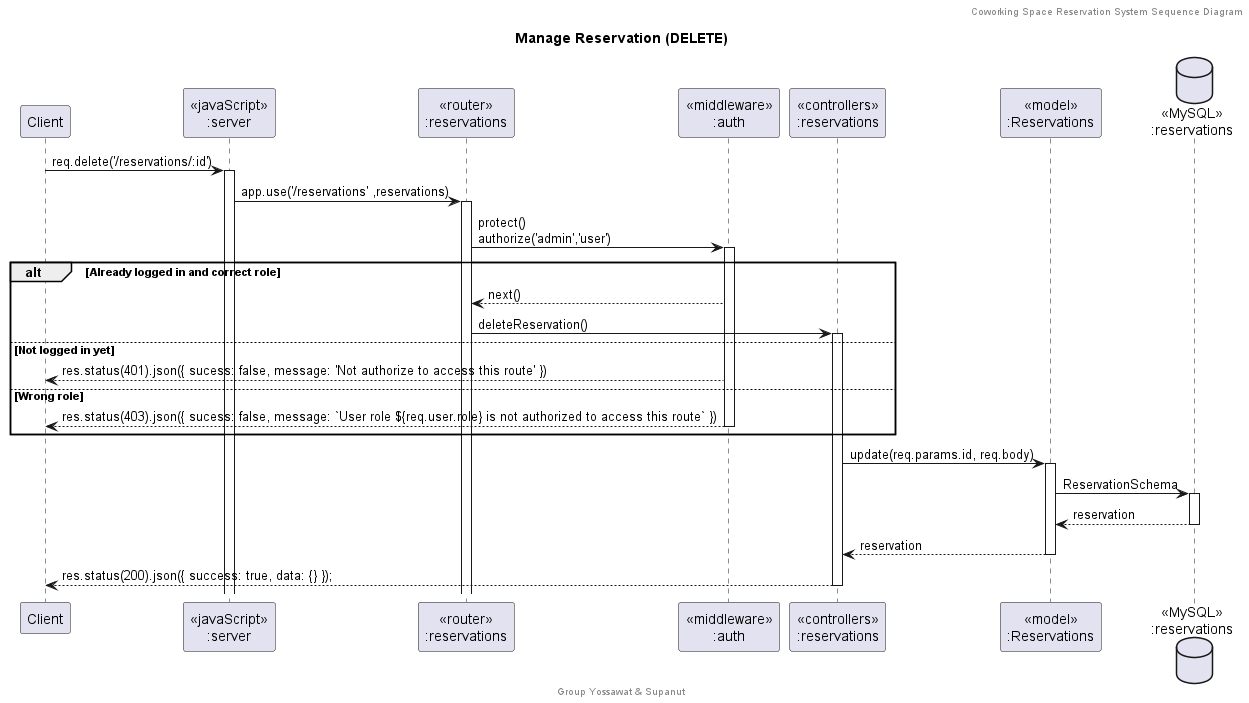
This is doc/Sequence Diagram/png/Manage Reservation (DELETE).png from SupanutT/sw-dev-prac-project, a PlantUML export, as it was before one commit.
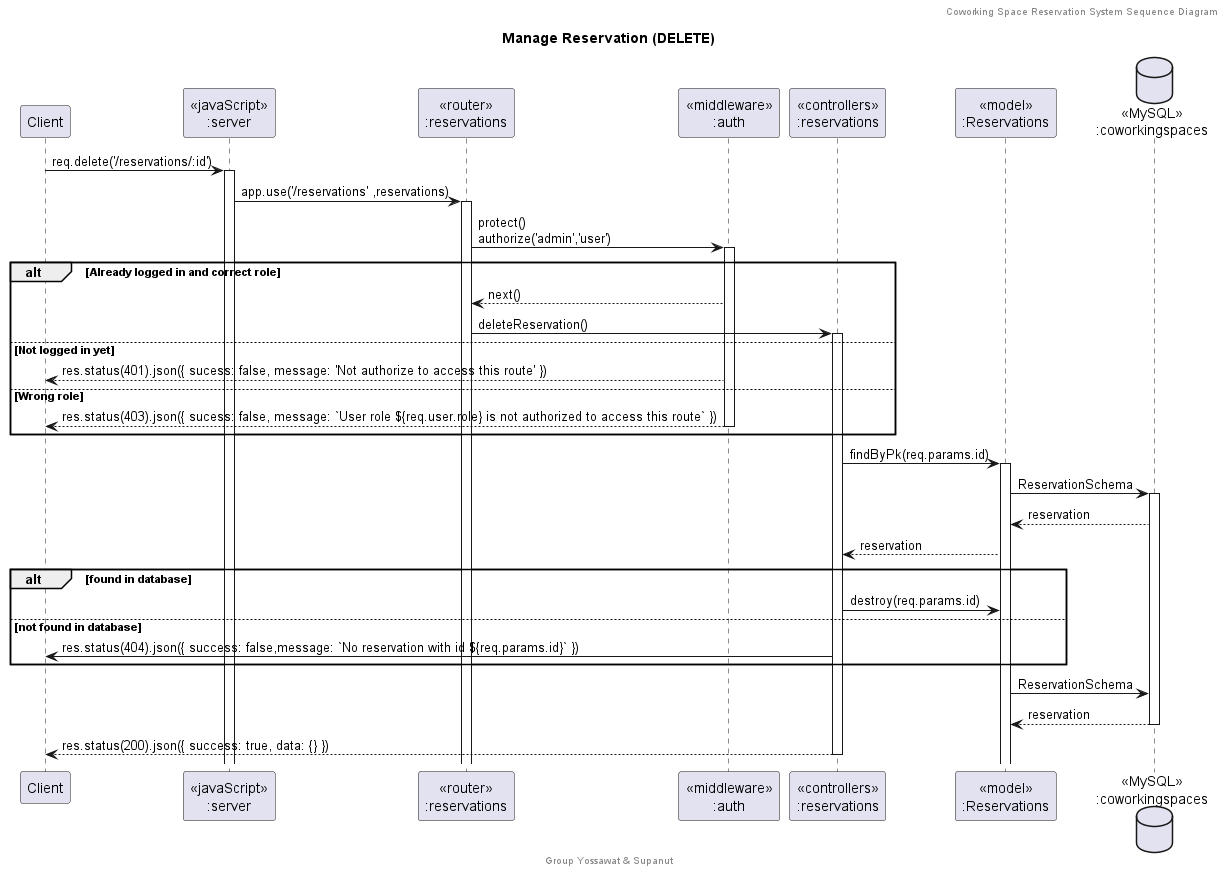
Later version of the same file.

What changed in the source:
```diff
@@ -10,7 +10,7 @@
 participant "<<middleware>>\n:auth" as middleware
 participant "<<controllers>>\n:reservations" as controllersReservations
 participant "<<model>>\n:Reservations" as modelReservation
-database "<<MySQL>>\n:reservations" as ReservationsDatabase
+database "<<MySQL>>\n:coworkingspaces" as CoworkingSpacesDatabase
 
 client -> server ++:req.delete('/reservations/:id')
 server -> routerReservations ++:app.use('/reservations' ,reservations)
@@ -23,10 +23,17 @@
 else Wrong role
     middleware --> client --: res.status(403).json({ sucess: false, message: `User role ${req.user.role} is not authorized to access this route` })
 end
-controllersReservations -> modelReservation ++: update(req.params.id, req.body)
-modelReservation -> ReservationsDatabase ++: ReservationSchema
-ReservationsDatabase --> modelReservation --: reservation
-controllersReservations <-- modelReservation --: reservation
-controllersReservations --> client --: res.status(200).json({ success: true, data: {} });
+controllersReservations -> modelReservation ++: findByPk(req.params.id)
+modelReservation -> CoworkingSpacesDatabase ++: ReservationSchema
+CoworkingSpacesDatabase --> modelReservation : reservation
+controllersReservations <-- modelReservation : reservation
+alt found in database
+    controllersReservations -> modelReservation : destroy(req.params.id)
+else not found in database
+    controllersReservations -> client : res.status(404).json({ success: false,message: `No reservation with id ${req.params.id}` })
+end
+modelReservation -> CoworkingSpacesDatabase : ReservationSchema
+CoworkingSpacesDatabase --> modelReservation --: reservation
+controllersReservations --> client --: res.status(200).json({ success: true, data: {} })
 
 @enduml
```
